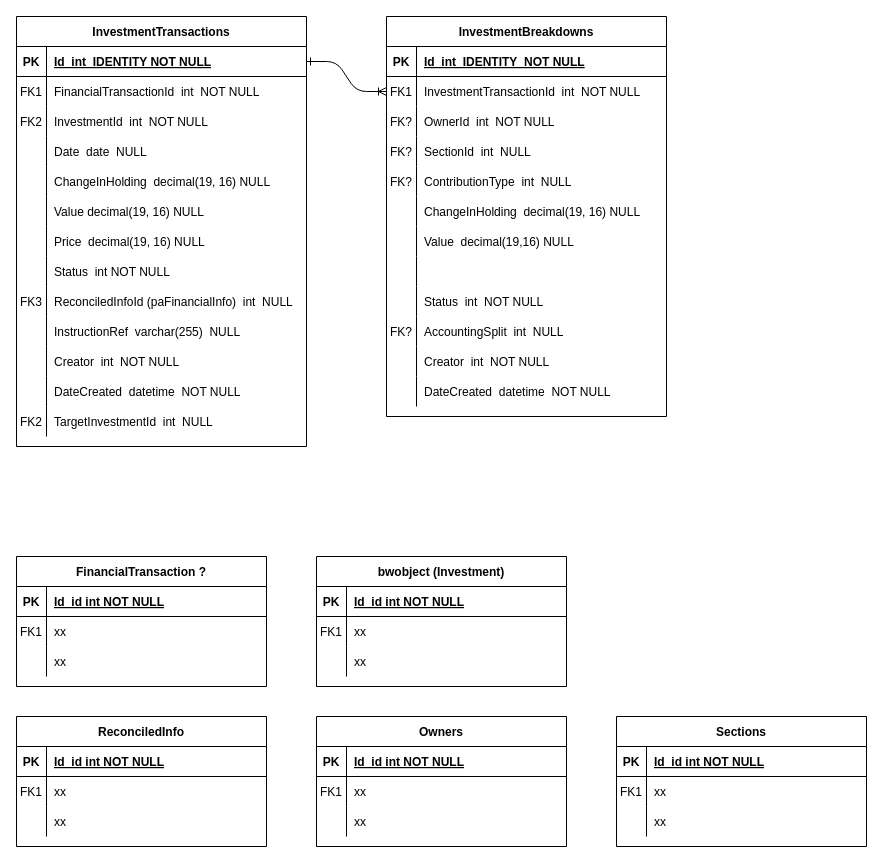
Earlier version of the draw.io diagram page "ERD" (1 of 2) of diagrams/Investment transaction.drawio (JakeRyu/drawio). Source tidied: cells renumbered, new cells numbered last; positions are measured from the earlier drawing's top-left corner, leaving out a move shared by most shapes. Both pictures are drawn from the tidied source at 100%, with x=0, y=0 at pixel (16, 16).
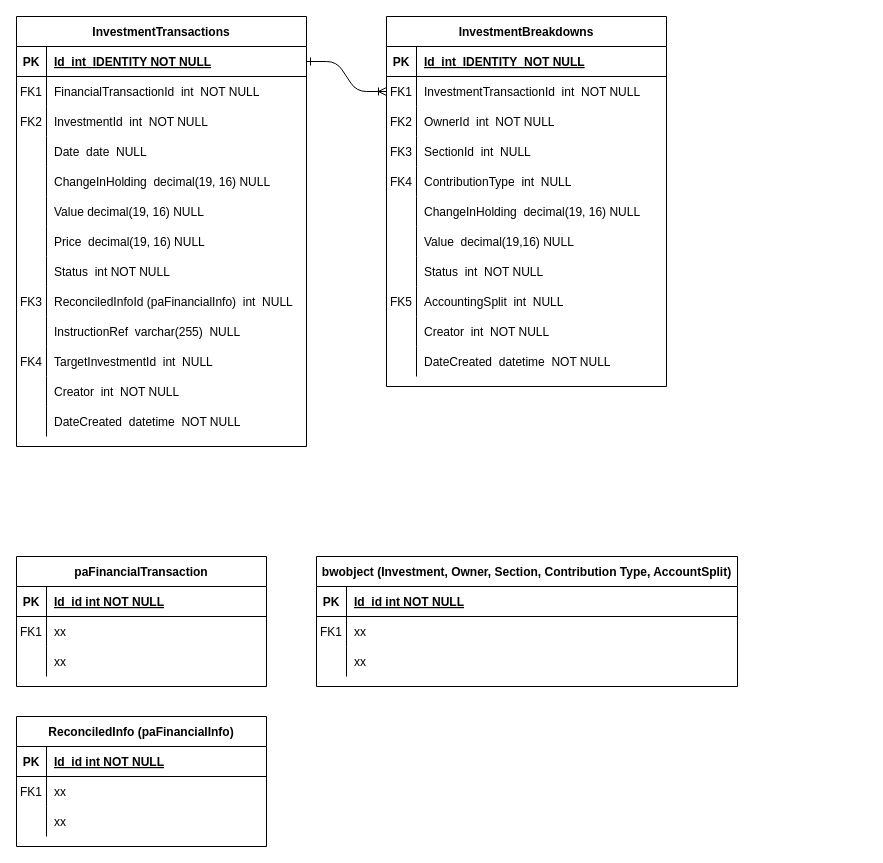
The same page after the edit.

The change refers to these unchanged cells:
```xml
<mxCell id="10" style="shape=partialRectangle;fillColor=none;top=0;left=0;right=0;bottom=0;" parent="3" vertex="1">
  <mxGeometry y="90" width="280" height="30" as="geometry" />
</mxCell>
<mxCell id="13" style="shape=partialRectangle;fillColor=none;top=0;left=0;right=0;bottom=0;" parent="3" vertex="1">
  <mxGeometry y="120" width="280" height="30" as="geometry" />
</mxCell>
<mxCell id="16" style="shape=partialRectangle;fillColor=none;top=0;left=0;right=0;bottom=0;" parent="3" vertex="1">
  <mxGeometry y="150" width="280" height="30" as="geometry" />
</mxCell>
<mxCell id="50" value="InvestmentTransactions" style="shape=table;startSize=30;childLayout=tableLayout;rowLines=0;fontStyle=1;align=center;" parent="1" vertex="1">
  <mxGeometry width="290" height="430" as="geometry" />
</mxCell>
```

Change to the diagram source:
```diff
@@
     <mxCell id="3" value="InvestmentBreakdowns" style="shape=table;startSize=30;childLayout=tableLayout;rowLines=0;fontStyle=1;align=center;" parent="1" vertex="1">
-      <mxGeometry x="370" width="280" height="400" as="geometry" />
+      <mxGeometry x="370" width="280" height="370" as="geometry" />
     </mxCell>
@@
-    <mxCell id="11" value="FK?" style="shape=partialRectangle;overflow=hidden;fillColor=none;top=0;left=0;bottom=0;right=0;" parent="10" vertex="1">
+    <mxCell id="11" value="FK2" style="shape=partialRectangle;overflow=hidden;fillColor=none;top=0;left=0;bottom=0;right=0;" parent="10" vertex="1">
       <mxGeometry width="30" height="30" as="geometry" />
     </mxCell>
@@
-    <mxCell id="14" value="FK?" style="shape=partialRectangle;overflow=hidden;fillColor=none;top=0;left=0;bottom=0;right=0;" parent="13" vertex="1">
+    <mxCell id="14" value="FK3" style="shape=partialRectangle;overflow=hidden;fillColor=none;top=0;left=0;bottom=0;right=0;" parent="13" vertex="1">
       <mxGeometry width="30" height="30" as="geometry" />
     </mxCell>
@@
-    <mxCell id="17" value="FK?" style="shape=partialRectangle;overflow=hidden;fillColor=none;top=0;left=0;bottom=0;right=0;" parent="16" vertex="1">
+    <mxCell id="17" value="FK4" style="shape=partialRectangle;overflow=hidden;fillColor=none;top=0;left=0;bottom=0;right=0;" parent="16" vertex="1">
       <mxGeometry width="30" height="30" as="geometry" />
     </mxCell>
@@
-    <mxCell id="25" style="shape=partialRectangle;fillColor=none;top=0;left=0;right=0;bottom=0;" parent="3" vertex="1">
-      <mxGeometry y="240" width="280" height="30" as="geometry" />
-    </mxCell>
-    <mxCell id="26" style="shape=partialRectangle;overflow=hidden;fillColor=none;top=0;left=0;bottom=0;right=0;" parent="25" vertex="1">
-      <mxGeometry width="30" height="30" as="geometry" />
-    </mxCell>
-    <mxCell id="27" style="shape=partialRectangle;overflow=hidden;fillColor=none;top=0;left=0;bottom=0;right=0;align=left;spacingLeft=6;" parent="25" vertex="1">
-      <mxGeometry x="30" width="250" height="30" as="geometry" />
-    </mxCell>
     <mxCell id="28" style="shape=partialRectangle;fillColor=none;top=0;left=0;right=0;bottom=0;" parent="3" vertex="1">
-      <mxGeometry y="270" width="280" height="30" as="geometry" />
+      <mxGeometry y="240" width="280" height="30" as="geometry" />
     </mxCell>
@@
     <mxCell id="31" style="shape=partialRectangle;fillColor=none;top=0;left=0;right=0;bottom=0;" parent="3" vertex="1">
-      <mxGeometry y="300" width="280" height="30" as="geometry" />
+      <mxGeometry y="270" width="280" height="30" as="geometry" />
     </mxCell>
-    <mxCell id="32" value="FK?" style="shape=partialRectangle;overflow=hidden;fillColor=none;top=0;left=0;bottom=0;right=0;" parent="31" vertex="1">
+    <mxCell id="32" value="FK5" style="shape=partialRectangle;overflow=hidden;fillColor=none;top=0;left=0;bottom=0;right=0;" parent="31" vertex="1">
       <mxGeometry width="30" height="30" as="geometry" />
     </mxCell>
@@
     <mxCell id="34" style="shape=partialRectangle;fillColor=none;top=0;left=0;right=0;bottom=0;" parent="3" vertex="1">
-      <mxGeometry y="330" width="280" height="30" as="geometry" />
+      <mxGeometry y="300" width="280" height="30" as="geometry" />
     </mxCell>
@@
     <mxCell id="37" style="shape=partialRectangle;fillColor=none;top=0;left=0;right=0;bottom=0;" parent="3" vertex="1">
-      <mxGeometry y="360" width="280" height="30" as="geometry" />
+      <mxGeometry y="330" width="280" height="30" as="geometry" />
     </mxCell>
@@
-    <mxCell id="40" value="FinancialTransaction ?" style="shape=table;startSize=30;childLayout=tableLayout;rowLines=0;fontStyle=1;align=center;" parent="1" vertex="1">
+    <mxCell id="40" value="paFinancialTransaction" style="shape=table;startSize=30;childLayout=tableLayout;rowLines=0;fontStyle=1;align=center;" parent="1" vertex="1">
       <mxGeometry y="540" width="250" height="130" as="geometry" />
     </mxCell>
@@
+    <mxCell id="87" style="shape=partialRectangle;fillColor=none;top=0;left=0;right=0;bottom=0;" parent="50" vertex="1">
+      <mxGeometry y="330" width="290" height="30" as="geometry" />
+    </mxCell>
+    <mxCell id="88" value="FK4" style="shape=partialRectangle;overflow=hidden;fillColor=none;top=0;left=0;bottom=0;right=0;" parent="87" vertex="1">
+      <mxGeometry width="30" height="30" as="geometry" />
+    </mxCell>
+    <mxCell id="89" value="TargetInvestmentId  int  NULL" style="shape=partialRectangle;overflow=hidden;fillColor=none;top=0;left=0;bottom=0;right=0;align=left;spacingLeft=6;" parent="87" vertex="1">
+      <mxGeometry x="30" width="260" height="30" as="geometry" />
+    </mxCell>
     <mxCell id="81" style="shape=partialRectangle;fillColor=none;top=0;left=0;right=0;bottom=0;" parent="50" vertex="1">
-      <mxGeometry y="330" width="290" height="30" as="geometry" />
+      <mxGeometry y="360" width="290" height="30" as="geometry" />
     </mxCell>
@@
     <mxCell id="84" style="shape=partialRectangle;fillColor=none;top=0;left=0;right=0;bottom=0;" parent="50" vertex="1">
-      <mxGeometry y="360" width="290" height="30" as="geometry" />
+      <mxGeometry y="390" width="290" height="30" as="geometry" />
     </mxCell>
@@
-    <mxCell id="87" style="shape=partialRectangle;fillColor=none;top=0;left=0;right=0;bottom=0;" parent="50" vertex="1">
-      <mxGeometry y="390" width="290" height="30" as="geometry" />
-    </mxCell>
-    <mxCell id="88" value="FK2" style="shape=partialRectangle;overflow=hidden;fillColor=none;top=0;left=0;bottom=0;right=0;" parent="87" vertex="1">
-      <mxGeometry width="30" height="30" as="geometry" />
-    </mxCell>
-    <mxCell id="89" value="TargetInvestmentId  int  NULL" style="shape=partialRectangle;overflow=hidden;fillColor=none;top=0;left=0;bottom=0;right=0;align=left;spacingLeft=6;" parent="87" vertex="1">
-      <mxGeometry x="30" width="260" height="30" as="geometry" />
-    </mxCell>
-    <mxCell id="90" value="bwobject (Investment)" style="shape=table;startSize=30;childLayout=tableLayout;rowLines=0;fontStyle=1;align=center;" parent="1" vertex="1">
-      <mxGeometry x="300" y="540" width="250" height="130" as="geometry" />
+    <mxCell id="90" value="bwobject (Investment, Owner, Section, Contribution Type, AccountSplit)" style="shape=table;startSize=30;childLayout=tableLayout;rowLines=0;fontStyle=1;align=center;" parent="1" vertex="1">
+      <mxGeometry x="300" y="540" width="421" height="130" as="geometry" />
     </mxCell>
     <mxCell id="91" style="shape=partialRectangle;fillColor=none;top=0;left=0;right=0;bottom=1;" parent="90" vertex="1">
-      <mxGeometry y="30" width="250" height="30" as="geometry" />
+      <mxGeometry y="30" width="421" height="30" as="geometry" />
     </mxCell>
@@
     <mxCell id="93" value="Id_id int NOT NULL " style="shape=partialRectangle;overflow=hidden;fillColor=none;top=0;left=0;bottom=0;right=0;align=left;spacingLeft=6;fontStyle=5;" parent="91" vertex="1">
-      <mxGeometry x="30" width="220" height="30" as="geometry" />
+      <mxGeometry x="30" width="391" height="30" as="geometry" />
     </mxCell>
     <mxCell id="94" style="shape=partialRectangle;fillColor=none;top=0;left=0;right=0;bottom=0;" parent="90" vertex="1">
-      <mxGeometry y="60" width="250" height="30" as="geometry" />
+      <mxGeometry y="60" width="421" height="30" as="geometry" />
     </mxCell>
@@
     <mxCell id="96" value="xx" style="shape=partialRectangle;overflow=hidden;fillColor=none;top=0;left=0;bottom=0;right=0;align=left;spacingLeft=6;" parent="94" vertex="1">
-      <mxGeometry x="30" width="220" height="30" as="geometry" />
+      <mxGeometry x="30" width="391" height="30" as="geometry" />
     </mxCell>
     <mxCell id="97" style="shape=partialRectangle;fillColor=none;top=0;left=0;right=0;bottom=0;" parent="90" vertex="1">
-      <mxGeometry y="90" width="250" height="30" as="geometry" />
+      <mxGeometry y="90" width="421" height="30" as="geometry" />
     </mxCell>
@@
     <mxCell id="99" value="xx" style="shape=partialRectangle;overflow=hidden;fillColor=none;top=0;left=0;bottom=0;right=0;align=left;spacingLeft=6;" parent="97" vertex="1">
-      <mxGeometry x="30" width="220" height="30" as="geometry" />
+      <mxGeometry x="30" width="391" height="30" as="geometry" />
     </mxCell>
-    <mxCell id="100" value="ReconciledInfo" style="shape=table;startSize=30;childLayout=tableLayout;rowLines=0;fontStyle=1;align=center;" parent="1" vertex="1">
+    <mxCell id="100" value="ReconciledInfo (paFinancialInfo)" style="shape=table;startSize=30;childLayout=tableLayout;rowLines=0;fontStyle=1;align=center;" parent="1" vertex="1">
       <mxGeometry y="700" width="250" height="130" as="geometry" />
     </mxCell>
@@
-    <mxCell id="110" value="Owners" style="shape=table;startSize=30;childLayout=tableLayout;rowLines=0;fontStyle=1;align=center;" parent="1" vertex="1">
-      <mxGeometry x="300" y="700" width="250" height="130" as="geometry" />
-    </mxCell>
-    <mxCell id="111" style="shape=partialRectangle;fillColor=none;top=0;left=0;right=0;bottom=1;" parent="110" vertex="1">
-      <mxGeometry y="30" width="250" height="30" as="geometry" />
-    </mxCell>
-    <mxCell id="112" value="PK" style="shape=partialRectangle;overflow=hidden;fillColor=none;top=0;left=0;bottom=0;right=0;fontStyle=1;" parent="111" vertex="1">
-      <mxGeometry width="30" height="30" as="geometry" />
-    </mxCell>
-    <mxCell id="113" value="Id_id int NOT NULL " style="shape=partialRectangle;overflow=hidden;fillColor=none;top=0;left=0;bottom=0;right=0;align=left;spacingLeft=6;fontStyle=5;" parent="111" vertex="1">
-      <mxGeometry x="30" width="220" height="30" as="geometry" />
-    </mxCell>
-    <mxCell id="114" style="shape=partialRectangle;fillColor=none;top=0;left=0;right=0;bottom=0;" parent="110" vertex="1">
-      <mxGeometry y="60" width="250" height="30" as="geometry" />
-    </mxCell>
-    <mxCell id="115" value="FK1" style="shape=partialRectangle;overflow=hidden;fillColor=none;top=0;left=0;bottom=0;right=0;" parent="114" vertex="1">
-      <mxGeometry width="30" height="30" as="geometry" />
-    </mxCell>
-    <mxCell id="116" value="xx" style="shape=partialRectangle;overflow=hidden;fillColor=none;top=0;left=0;bottom=0;right=0;align=left;spacingLeft=6;" parent="114" vertex="1">
-      <mxGeometry x="30" width="220" height="30" as="geometry" />
-    </mxCell>
-    <mxCell id="117" style="shape=partialRectangle;fillColor=none;top=0;left=0;right=0;bottom=0;" parent="110" vertex="1">
-      <mxGeometry y="90" width="250" height="30" as="geometry" />
-    </mxCell>
-    <mxCell id="118" style="shape=partialRectangle;overflow=hidden;fillColor=none;top=0;left=0;bottom=0;right=0;" parent="117" vertex="1">
-      <mxGeometry width="30" height="30" as="geometry" />
-    </mxCell>
-    <mxCell id="119" value="xx" style="shape=partialRectangle;overflow=hidden;fillColor=none;top=0;left=0;bottom=0;right=0;align=left;spacingLeft=6;" parent="117" vertex="1">
-      <mxGeometry x="30" width="220" height="30" as="geometry" />
-    </mxCell>
-    <mxCell id="120" value="Sections" style="shape=table;startSize=30;childLayout=tableLayout;rowLines=0;fontStyle=1;align=center;" parent="1" vertex="1">
-      <mxGeometry x="600" y="700" width="250" height="130" as="geometry" />
-    </mxCell>
-    <mxCell id="121" style="shape=partialRectangle;fillColor=none;top=0;left=0;right=0;bottom=1;" parent="120" vertex="1">
-      <mxGeometry y="30" width="250" height="30" as="geometry" />
-    </mxCell>
-    <mxCell id="122" value="PK" style="shape=partialRectangle;overflow=hidden;fillColor=none;top=0;left=0;bottom=0;right=0;fontStyle=1;" parent="121" vertex="1">
-      <mxGeometry width="30" height="30" as="geometry" />
-    </mxCell>
-    <mxCell id="123" value="Id_id int NOT NULL " style="shape=partialRectangle;overflow=hidden;fillColor=none;top=0;left=0;bottom=0;right=0;align=left;spacingLeft=6;fontStyle=5;" parent="121" vertex="1">
-      <mxGeometry x="30" width="220" height="30" as="geometry" />
-    </mxCell>
-    <mxCell id="124" style="shape=partialRectangle;fillColor=none;top=0;left=0;right=0;bottom=0;" parent="120" vertex="1">
-      <mxGeometry y="60" width="250" height="30" as="geometry" />
-    </mxCell>
-    <mxCell id="125" value="FK1" style="shape=partialRectangle;overflow=hidden;fillColor=none;top=0;left=0;bottom=0;right=0;" parent="124" vertex="1">
-      <mxGeometry width="30" height="30" as="geometry" />
-    </mxCell>
-    <mxCell id="126" value="xx" style="shape=partialRectangle;overflow=hidden;fillColor=none;top=0;left=0;bottom=0;right=0;align=left;spacingLeft=6;" parent="124" vertex="1">
-      <mxGeometry x="30" width="220" height="30" as="geometry" />
-    </mxCell>
-    <mxCell id="127" style="shape=partialRectangle;fillColor=none;top=0;left=0;right=0;bottom=0;" parent="120" vertex="1">
-      <mxGeometry y="90" width="250" height="30" as="geometry" />
-    </mxCell>
-    <mxCell id="128" style="shape=partialRectangle;overflow=hidden;fillColor=none;top=0;left=0;bottom=0;right=0;" parent="127" vertex="1">
-      <mxGeometry width="30" height="30" as="geometry" />
-    </mxCell>
-    <mxCell id="129" value="xx" style="shape=partialRectangle;overflow=hidden;fillColor=none;top=0;left=0;bottom=0;right=0;align=left;spacingLeft=6;" parent="127" vertex="1">
-      <mxGeometry x="30" width="220" height="30" as="geometry" />
-    </mxCell>
```
